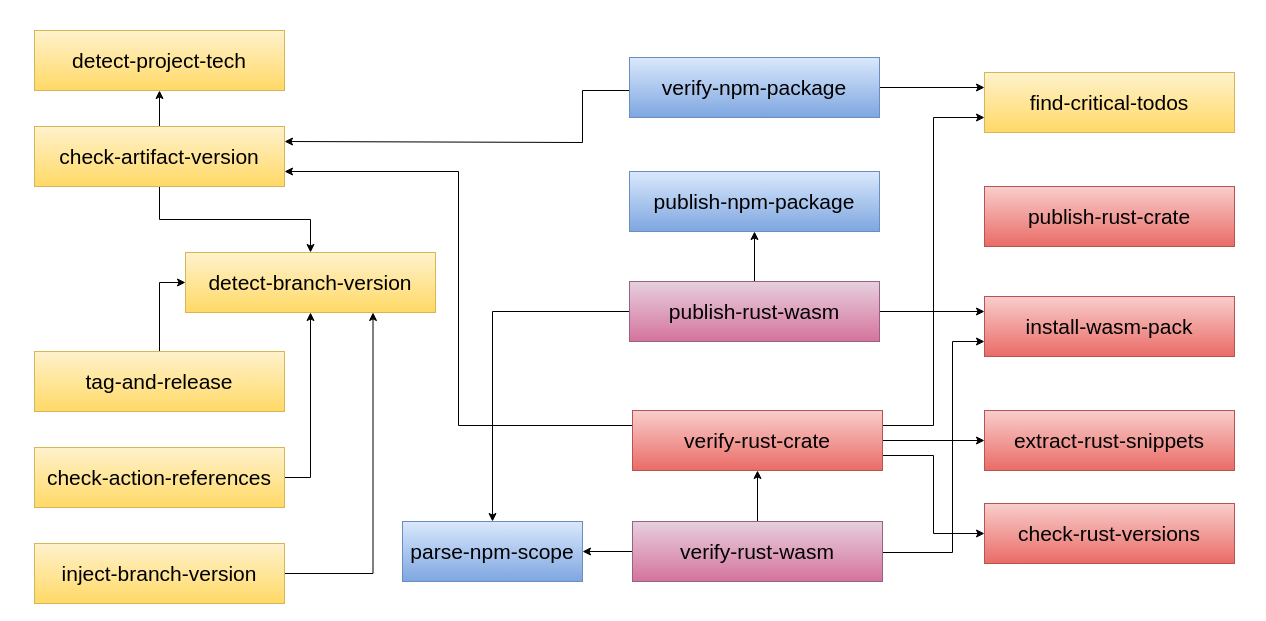
giancosta86/aurora-github keeps this draw.io diagram as docs/schema.drawio. Above is the earlier version. Source tidied: cells renumbered, new cells numbered last; positions are measured from the earlier drawing's top-left corner, leaving out a move shared by most shapes. Both pictures are drawn from the tidied source at 100%, with x=0, y=0 at pixel (34, 30).
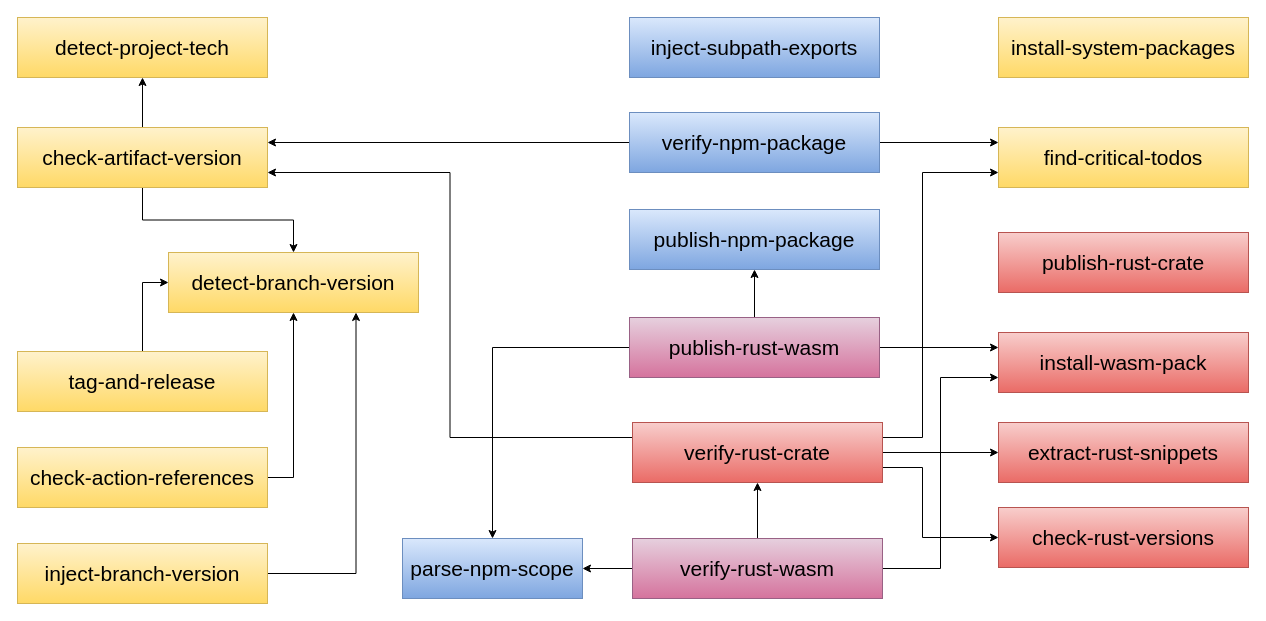
Above is the later version.

Commit message (it also covers changes not shown here):
Update action schema

What changed in the source:
```diff
@@
     <mxCell id="2" value="&lt;font color=&quot;#000000&quot; style=&quot;font-size: 21px;&quot;&gt;detect-project-tech&lt;/font&gt;" style="rounded=0;whiteSpace=wrap;html=1;fillColor=#fff2cc;gradientColor=#ffd966;strokeColor=#d6b656;fontSize=21;" parent="1" vertex="1">
-      <mxGeometry width="250" height="60" as="geometry" />
+      <mxGeometry x="-17" y="-13" width="250" height="60" as="geometry" />
     </mxCell>
     <mxCell id="3" value="&lt;font color=&quot;#000000&quot; style=&quot;font-size: 21px;&quot;&gt;install-wasm-pack&lt;/font&gt;" style="rounded=0;whiteSpace=wrap;html=1;fillColor=#f8cecc;gradientColor=#ea6b66;strokeColor=#b85450;fontSize=21;" parent="1" vertex="1">
-      <mxGeometry x="950" y="266" width="250" height="60" as="geometry" />
+      <mxGeometry x="964" y="302" width="250" height="60" as="geometry" />
     </mxCell>
     <mxCell id="4" value="&lt;font color=&quot;#000000&quot; style=&quot;font-size: 21px;&quot;&gt;check-rust-versions&lt;/font&gt;" style="rounded=0;whiteSpace=wrap;html=1;fillColor=#f8cecc;gradientColor=#ea6b66;strokeColor=#b85450;fontSize=21;" parent="1" vertex="1">
-      <mxGeometry x="950" y="473" width="250" height="60" as="geometry" />
+      <mxGeometry x="964" y="477" width="250" height="60" as="geometry" />
     </mxCell>
     <mxCell id="5" value="&lt;font color=&quot;#000000&quot; style=&quot;font-size: 21px;&quot;&gt;detect-branch-version&lt;/font&gt;" style="rounded=0;whiteSpace=wrap;html=1;fillColor=#fff2cc;gradientColor=#ffd966;strokeColor=#d6b656;fontSize=21;" parent="1" vertex="1">
-      <mxGeometry x="151" y="222" width="250" height="60" as="geometry" />
+      <mxGeometry x="134" y="222" width="250" height="60" as="geometry" />
     </mxCell>
@@
     <mxCell id="8" value="&lt;font color=&quot;#000000&quot; style=&quot;font-size: 21px;&quot;&gt;check-artifact-version&lt;/font&gt;" style="rounded=0;whiteSpace=wrap;html=1;fillColor=#fff2cc;gradientColor=#ffd966;strokeColor=#d6b656;fontSize=21;" parent="1" vertex="1">
-      <mxGeometry y="96" width="250" height="60" as="geometry" />
+      <mxGeometry x="-17" y="97" width="250" height="60" as="geometry" />
     </mxCell>
@@
     <mxCell id="10" value="&lt;font color=&quot;#000000&quot; style=&quot;font-size: 21px;&quot;&gt;tag-and-release&lt;/font&gt;" style="rounded=0;whiteSpace=wrap;html=1;fillColor=#fff2cc;gradientColor=#ffd966;strokeColor=#d6b656;fontSize=21;" parent="1" vertex="1">
-      <mxGeometry y="321" width="250" height="60" as="geometry" />
+      <mxGeometry x="-17" y="321" width="250" height="60" as="geometry" />
     </mxCell>
@@
-    <mxCell id="12" style="edgeStyle=orthogonalEdgeStyle;rounded=0;jettySize=auto;html=1;exitX=1;exitY=0.25;exitDx=0;exitDy=0;entryX=0;entryY=0.75;entryDx=0;entryDy=0;" parent="1" edge="1" source="15" target="33">
-      <mxGeometry relative="1" as="geometry" />
-    </mxCell>
@@
     <mxCell id="14" style="edgeStyle=orthogonalEdgeStyle;rounded=0;jettySize=auto;html=1;exitX=1;exitY=0.75;exitDx=0;exitDy=0;entryX=0;entryY=0.5;entryDx=0;entryDy=0;" parent="1" edge="1" source="15" target="4">
-      <mxGeometry relative="1" as="geometry" />
+      <mxGeometry relative="1" as="geometry">
+        <Array as="points">
+          <mxPoint x="888" y="437" />
+          <mxPoint x="888" y="507" />
+        </Array>
+      </mxGeometry>
     </mxCell>
+    <mxCell id="12" style="edgeStyle=orthogonalEdgeStyle;rounded=0;jettySize=auto;html=1;exitX=1;exitY=0.25;exitDx=0;exitDy=0;entryX=0;entryY=0.75;entryDx=0;entryDy=0;" parent="1" edge="1" source="15" target="33">
+      <mxGeometry relative="1" as="geometry">
+        <Array as="points">
+          <mxPoint x="888" y="407" />
+          <mxPoint x="888" y="142" />
+        </Array>
+      </mxGeometry>
+    </mxCell>
     <mxCell id="15" value="&lt;span style=&quot;color: rgb(0, 0, 0);&quot;&gt;verify&lt;/span&gt;&lt;font color=&quot;#000000&quot; style=&quot;font-size: 21px;&quot;&gt;-rust-crate&lt;/font&gt;" style="rounded=0;whiteSpace=wrap;html=1;fillColor=#f8cecc;gradientColor=#ea6b66;strokeColor=#b85450;fontSize=21;" parent="1" vertex="1">
-      <mxGeometry x="598" y="380" width="250" height="60" as="geometry" />
+      <mxGeometry x="598" y="392" width="250" height="60" as="geometry" />
     </mxCell>
     <mxCell id="16" value="&lt;font color=&quot;#000000&quot; style=&quot;font-size: 21px;&quot;&gt;publish-rust-crate&lt;/font&gt;" style="rounded=0;whiteSpace=wrap;html=1;fillColor=#f8cecc;gradientColor=#ea6b66;strokeColor=#b85450;fontSize=21;" parent="1" vertex="1">
-      <mxGeometry x="950" y="156" width="250" height="60" as="geometry" />
+      <mxGeometry x="964" y="202" width="250" height="60" as="geometry" />
     </mxCell>
+    <mxCell id="18" style="edgeStyle=orthogonalEdgeStyle;rounded=0;jettySize=auto;html=1;exitX=1;exitY=0.5;exitDx=0;exitDy=0;entryX=0;entryY=0.25;entryDx=0;entryDy=0;" parent="1" edge="1" source="19" target="33">
+      <mxGeometry relative="1" as="geometry" />
+    </mxCell>
-    <mxCell id="17" style="edgeStyle=orthogonalEdgeStyle;rounded=0;jettySize=auto;html=1;fontSize=17;entryX=1;entryY=0.25;entryDx=0;entryDy=0;" parent="1" edge="1" source="19" target="8">
-      <mxGeometry relative="1" as="geometry">
-        <Array as="points">
-          <mxPoint x="548" y="60" />
-          <mxPoint x="548" y="112" />
-        </Array>
-      </mxGeometry>
+    <mxCell id="17" style="edgeStyle=orthogonalEdgeStyle;rounded=0;jettySize=auto;html=1;exitX=0;exitY=0.5;exitDx=0;exitDy=0;entryX=1;entryY=0.25;entryDx=0;entryDy=0;" parent="1" edge="1" source="19" target="8">
+      <mxGeometry relative="1" as="geometry" />
     </mxCell>
-    <mxCell id="18" style="edgeStyle=orthogonalEdgeStyle;rounded=0;jettySize=auto;html=1;exitX=1;exitY=0.5;exitDx=0;exitDy=0;entryX=0;entryY=0.25;entryDx=0;entryDy=0;" parent="1" edge="1" source="19" target="33">
-      <mxGeometry relative="1" as="geometry" />
-    </mxCell>
     <mxCell id="19" value="&lt;span style=&quot;color: rgb(0, 0, 0);&quot;&gt;verify&lt;/span&gt;&lt;font color=&quot;#000000&quot; style=&quot;font-size: 21px;&quot;&gt;-npm-package&lt;/font&gt;" style="rounded=0;whiteSpace=wrap;html=1;fillColor=#dae8fc;gradientColor=#7ea6e0;strokeColor=#6c8ebf;fontSize=21;" parent="1" vertex="1">
-      <mxGeometry x="595" y="27" width="250" height="60" as="geometry" />
+      <mxGeometry x="595" y="82" width="250" height="60" as="geometry" />
     </mxCell>
     <mxCell id="20" value="&lt;font color=&quot;#000000&quot; style=&quot;font-size: 21px;&quot;&gt;publish-npm-package&lt;/font&gt;" style="rounded=0;whiteSpace=wrap;html=1;fillColor=#dae8fc;gradientColor=#7ea6e0;strokeColor=#6c8ebf;fontSize=21;" parent="1" vertex="1">
-      <mxGeometry x="595" y="141" width="250" height="60" as="geometry" />
+      <mxGeometry x="595" y="179" width="250" height="60" as="geometry" />
     </mxCell>
@@
     <mxCell id="23" style="edgeStyle=orthogonalEdgeStyle;rounded=0;jettySize=auto;html=1;exitX=1;exitY=0.5;exitDx=0;exitDy=0;entryX=0;entryY=0.75;entryDx=0;entryDy=0;" parent="1" edge="1" source="24" target="3">
-      <mxGeometry relative="1" as="geometry">
-        <Array as="points">
-          <mxPoint x="918" y="522" />
-          <mxPoint x="918" y="311" />
-        </Array>
-      </mxGeometry>
+      <mxGeometry relative="1" as="geometry" />
     </mxCell>
     <mxCell id="24" value="&lt;font color=&quot;#000000&quot; style=&quot;font-size: 21px;&quot;&gt;verify-rust-wasm&lt;/font&gt;" style="rounded=0;whiteSpace=wrap;html=1;fillColor=#e6d0de;strokeColor=#996185;gradientColor=#d5739d;fontSize=21;" parent="1" vertex="1">
-      <mxGeometry x="598" y="491" width="250" height="60" as="geometry" />
+      <mxGeometry x="598" y="508" width="250" height="60" as="geometry" />
     </mxCell>
@@
     <mxCell id="26" value="&lt;font color=&quot;#000000&quot; style=&quot;font-size: 21px;&quot;&gt;check-action-references&lt;/font&gt;" style="rounded=0;whiteSpace=wrap;html=1;fillColor=#fff2cc;strokeColor=#d6b656;fontSize=21;gradientColor=#ffd966;" parent="1" vertex="1">
-      <mxGeometry y="417" width="250" height="60" as="geometry" />
+      <mxGeometry x="-17" y="417" width="250" height="60" as="geometry" />
     </mxCell>
@@
     <mxCell id="30" value="&lt;font color=&quot;#000000&quot; style=&quot;font-size: 21px;&quot;&gt;publish-rust-wasm&lt;/font&gt;" style="rounded=0;whiteSpace=wrap;html=1;fillColor=#e6d0de;strokeColor=#996185;gradientColor=#d5739d;fontSize=21;" parent="1" vertex="1">
-      <mxGeometry x="595" y="251" width="250" height="60" as="geometry" />
+      <mxGeometry x="595" y="287" width="250" height="60" as="geometry" />
     </mxCell>
@@
     <mxCell id="32" value="&lt;font color=&quot;#000000&quot; style=&quot;font-size: 21px;&quot;&gt;inject-branch-version&lt;/font&gt;" style="rounded=0;whiteSpace=wrap;html=1;fillColor=#fff2cc;strokeColor=#d6b656;fontSize=21;gradientColor=#ffd966;" parent="1" vertex="1">
-      <mxGeometry y="513" width="250" height="60" as="geometry" />
+      <mxGeometry x="-17" y="513" width="250" height="60" as="geometry" />
     </mxCell>
     <mxCell id="33" value="&lt;font color=&quot;#000000&quot; style=&quot;font-size: 21px;&quot;&gt;find-critical-todos&lt;/font&gt;" style="rounded=0;whiteSpace=wrap;html=1;fillColor=#fff2cc;gradientColor=#ffd966;strokeColor=#d6b656;fontSize=21;" parent="1" vertex="1">
-      <mxGeometry x="950" y="42" width="250" height="60" as="geometry" />
+      <mxGeometry x="964" y="97" width="250" height="60" as="geometry" />
     </mxCell>
     <mxCell id="34" value="&lt;font color=&quot;#000000&quot; style=&quot;font-size: 21px;&quot;&gt;extract-rust-snippets&lt;/font&gt;" style="rounded=0;whiteSpace=wrap;html=1;fillColor=#f8cecc;gradientColor=#ea6b66;strokeColor=#b85450;fontSize=21;" parent="1" vertex="1">
-      <mxGeometry x="950" y="380" width="250" height="60" as="geometry" />
+      <mxGeometry x="964" y="392" width="250" height="60" as="geometry" />
     </mxCell>
     <mxCell id="35" value="&lt;font color=&quot;#000000&quot; style=&quot;font-size: 21px;&quot;&gt;parse-npm-scope&lt;/font&gt;" style="rounded=0;whiteSpace=wrap;html=1;fillColor=#dae8fc;gradientColor=#7ea6e0;strokeColor=#6c8ebf;fontSize=21;" parent="1" vertex="1">
-      <mxGeometry x="368" y="491" width="180" height="60" as="geometry" />
+      <mxGeometry x="368" y="508" width="180" height="60" as="geometry" />
     </mxCell>
+    <mxCell id="36" value="&lt;font color=&quot;#000000&quot; style=&quot;font-size: 21px;&quot;&gt;install-system-packages&lt;/font&gt;" style="rounded=0;whiteSpace=wrap;html=1;fillColor=#fff2cc;gradientColor=#ffd966;strokeColor=#d6b656;fontSize=21;" parent="1" vertex="1">
+      <mxGeometry x="964" y="-13" width="250" height="60" as="geometry" />
+    </mxCell>
+    <mxCell id="37" value="&lt;font style=&quot;font-size: 21px;&quot; color=&quot;#000000&quot;&gt;inject-subpath-exports&lt;/font&gt;" style="rounded=0;whiteSpace=wrap;html=1;fillColor=#dae8fc;gradientColor=#7ea6e0;strokeColor=#6c8ebf;fontSize=21;" parent="1" vertex="1">
+      <mxGeometry x="595" y="-13" width="250" height="60" as="geometry" />
+    </mxCell>
```
